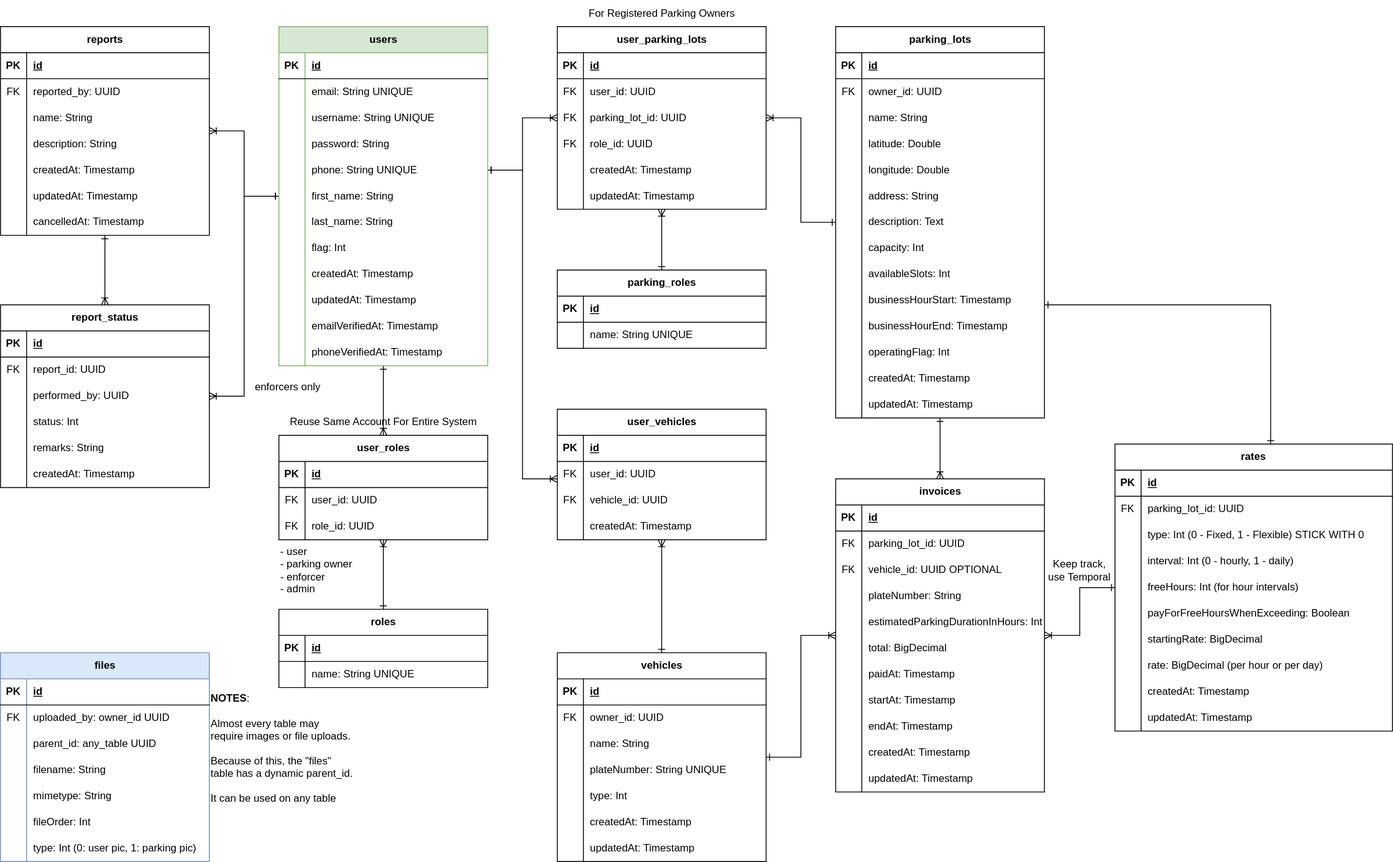
Earlier version of the draw.io export docs/erd.svg (chatchatabc/parking-backend-spring). Source tidied: cells renumbered, new cells last; positions are measured from the earlier drawing's top-left corner, leaving out a move shared by most shapes.
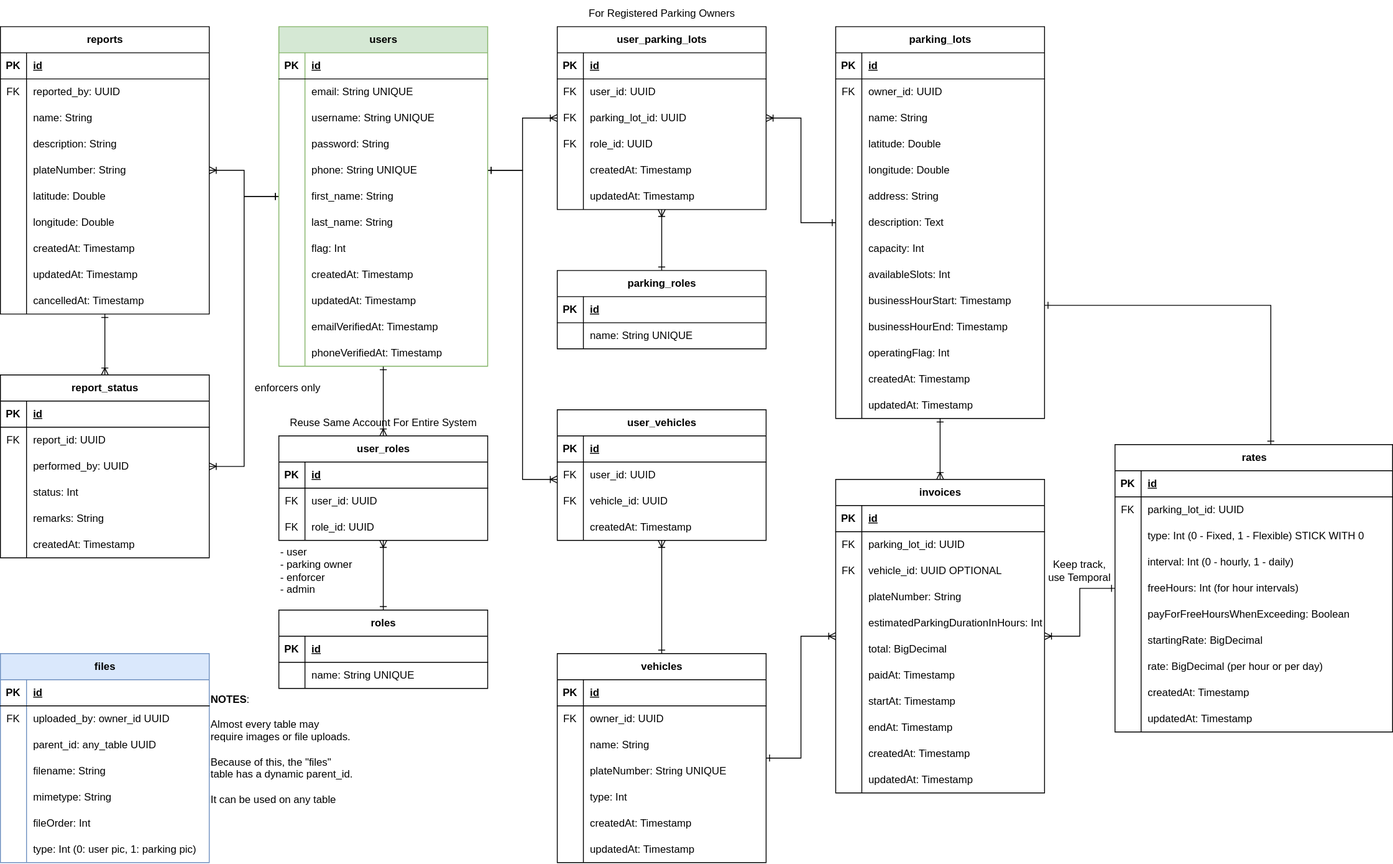
Later version of the same file.

Commit message:
docs: added more fields to Report

Diff of the diagram source:
```diff
@@ -270,7 +270,7 @@
       <mxGeometry relative="1" as="geometry" />
     </mxCell>
     <mxCell id="91" value="reports" style="shape=table;startSize=30;rowLines=0;fontStyle=1;align=center;html=1;" parent="1" vertex="1">
-      <mxGeometry y="30" width="240" height="240" as="geometry" />
+      <mxGeometry y="30" width="240" height="330" as="geometry" />
     </mxCell>
     <mxCell id="92" style="shape=tableRow;horizontal=0;startSize=0;swimlaneHead=0;swimlaneBody=0;fillColor=none;top=0;left=0;right=0;bottom=1;" parent="91" vertex="1">
       <mxGeometry y="30" width="240" height="30" as="geometry" />
@@ -299,17 +299,44 @@
     <mxCell id="100" value="name: String&amp;nbsp;" style="shape=partialRectangle;fillColor=none;top=0;left=0;bottom=0;right=0;align=left;spacingLeft=6;overflow=hidden;whiteSpace=wrap;html=1;" parent="98" vertex="1">
       <mxGeometry x="30" width="210" height="30" as="geometry" />
     </mxCell>
+    <mxCell id="308" style="shape=tableRow;horizontal=0;startSize=0;swimlaneHead=0;swimlaneBody=0;fillColor=none;top=0;left=0;right=0;bottom=0;" parent="91" vertex="1">
+      <mxGeometry y="120" width="240" height="30" as="geometry" />
+    </mxCell>
+    <mxCell id="309" style="shape=partialRectangle;fillColor=none;top=0;left=0;bottom=0;right=0;overflow=hidden;whiteSpace=wrap;html=1;" parent="308" vertex="1">
+      <mxGeometry width="30" height="30" as="geometry" />
+    </mxCell>
+    <mxCell id="310" value="description: String" style="shape=partialRectangle;fillColor=none;top=0;left=0;bottom=0;right=0;align=left;spacingLeft=6;overflow=hidden;whiteSpace=wrap;html=1;" parent="308" vertex="1">
+      <mxGeometry x="30" width="210" height="30" as="geometry" />
+    </mxCell>
     <mxCell id="101" style="shape=tableRow;horizontal=0;startSize=0;swimlaneHead=0;swimlaneBody=0;fillColor=none;top=0;left=0;right=0;bottom=0;" parent="91" vertex="1">
-      <mxGeometry y="120" width="240" height="30" as="geometry" />
+      <mxGeometry y="150" width="240" height="30" as="geometry" />
     </mxCell>
     <mxCell id="102" style="shape=partialRectangle;fillColor=none;top=0;left=0;bottom=0;right=0;overflow=hidden;whiteSpace=wrap;html=1;" parent="101" vertex="1">
       <mxGeometry width="30" height="30" as="geometry" />
     </mxCell>
-    <mxCell id="103" value="description: String" style="shape=partialRectangle;fillColor=none;top=0;left=0;bottom=0;right=0;align=left;spacingLeft=6;overflow=hidden;whiteSpace=wrap;html=1;" parent="101" vertex="1">
+    <mxCell id="103" value="plateNumber: String" style="shape=partialRectangle;fillColor=none;top=0;left=0;bottom=0;right=0;align=left;spacingLeft=6;overflow=hidden;whiteSpace=wrap;html=1;" parent="101" vertex="1">
       <mxGeometry x="30" width="210" height="30" as="geometry" />
     </mxCell>
+    <mxCell id="311" style="shape=tableRow;horizontal=0;startSize=0;swimlaneHead=0;swimlaneBody=0;fillColor=none;top=0;left=0;right=0;bottom=0;" parent="91" vertex="1">
+      <mxGeometry y="180" width="240" height="30" as="geometry" />
+    </mxCell>
+    <mxCell id="312" style="shape=partialRectangle;fillColor=none;top=0;left=0;bottom=0;right=0;overflow=hidden;whiteSpace=wrap;html=1;" parent="311" vertex="1">
+      <mxGeometry width="30" height="30" as="geometry" />
+    </mxCell>
+    <mxCell id="313" value="latitude: Double" style="shape=partialRectangle;fillColor=none;top=0;left=0;bottom=0;right=0;align=left;spacingLeft=6;overflow=hidden;whiteSpace=wrap;html=1;" parent="311" vertex="1">
+      <mxGeometry x="30" width="210" height="30" as="geometry" />
+    </mxCell>
+    <mxCell id="314" style="shape=tableRow;horizontal=0;startSize=0;swimlaneHead=0;swimlaneBody=0;fillColor=none;top=0;left=0;right=0;bottom=0;" parent="91" vertex="1">
+      <mxGeometry y="210" width="240" height="30" as="geometry" />
+    </mxCell>
+    <mxCell id="315" style="shape=partialRectangle;fillColor=none;top=0;left=0;bottom=0;right=0;overflow=hidden;whiteSpace=wrap;html=1;" parent="314" vertex="1">
+      <mxGeometry width="30" height="30" as="geometry" />
+    </mxCell>
+    <mxCell id="316" value="longitude: Double" style="shape=partialRectangle;fillColor=none;top=0;left=0;bottom=0;right=0;align=left;spacingLeft=6;overflow=hidden;whiteSpace=wrap;html=1;" parent="314" vertex="1">
+      <mxGeometry x="30" width="210" height="30" as="geometry" />
+    </mxCell>
     <mxCell id="104" style="shape=tableRow;horizontal=0;startSize=0;swimlaneHead=0;swimlaneBody=0;fillColor=none;top=0;left=0;right=0;bottom=0;" parent="91" vertex="1">
-      <mxGeometry y="150" width="240" height="30" as="geometry" />
+      <mxGeometry y="240" width="240" height="30" as="geometry" />
     </mxCell>
     <mxCell id="105" style="shape=partialRectangle;fillColor=none;top=0;left=0;bottom=0;right=0;overflow=hidden;whiteSpace=wrap;html=1;" parent="104" vertex="1">
       <mxGeometry width="30" height="30" as="geometry" />
@@ -318,7 +345,7 @@
       <mxGeometry x="30" width="210" height="30" as="geometry" />
     </mxCell>
     <mxCell id="107" style="shape=tableRow;horizontal=0;startSize=0;swimlaneHead=0;swimlaneBody=0;fillColor=none;top=0;left=0;right=0;bottom=0;" parent="91" vertex="1">
-      <mxGeometry y="180" width="240" height="30" as="geometry" />
+      <mxGeometry y="270" width="240" height="30" as="geometry" />
     </mxCell>
     <mxCell id="108" style="shape=partialRectangle;fillColor=none;top=0;left=0;bottom=0;right=0;overflow=hidden;whiteSpace=wrap;html=1;" parent="107" vertex="1">
       <mxGeometry width="30" height="30" as="geometry" />
@@ -327,7 +354,7 @@
       <mxGeometry x="30" width="210" height="30" as="geometry" />
     </mxCell>
     <mxCell id="110" style="shape=tableRow;horizontal=0;startSize=0;swimlaneHead=0;swimlaneBody=0;fillColor=none;top=0;left=0;right=0;bottom=0;" parent="91" vertex="1">
-      <mxGeometry y="210" width="240" height="30" as="geometry" />
+      <mxGeometry y="300" width="240" height="30" as="geometry" />
     </mxCell>
     <mxCell id="111" style="shape=partialRectangle;fillColor=none;top=0;left=0;bottom=0;right=0;overflow=hidden;whiteSpace=wrap;html=1;" parent="110" vertex="1">
       <mxGeometry width="30" height="30" as="geometry" />
@@ -353,7 +380,12 @@
       <mxGeometry relative="1" as="geometry" />
     </mxCell>
     <mxCell id="117" style="edgeStyle=orthogonalEdgeStyle;rounded=0;jettySize=auto;html=1;startArrow=ERone;startFill=0;endArrow=ERoneToMany;endFill=0;" parent="1" edge="1" source="118" target="278">
-      <mxGeometry relative="1" as="geometry" />
+      <mxGeometry relative="1" as="geometry">
+        <Array as="points">
+          <mxPoint x="280" y="225" />
+          <mxPoint x="280" y="535" />
+        </Array>
+      </mxGeometry>
     </mxCell>
     <mxCell id="118" value="users" style="shape=table;startSize=30;rowLines=0;fontStyle=1;align=center;html=1;fillColor=#d5e8d4;strokeColor=#82b366;" parent="1" vertex="1">
       <mxGeometry x="320" y="30" width="240" height="390" as="geometry" />
@@ -840,7 +872,7 @@
       <mxGeometry x="320" y="620" width="110" height="70" as="geometry" />
     </mxCell>
     <mxCell id="278" value="report_status" style="shape=table;startSize=30;rowLines=0;fontStyle=1;align=center;html=1;" parent="1" vertex="1">
-      <mxGeometry y="350" width="240" height="210" as="geometry" />
+      <mxGeometry y="430" width="240" height="210" as="geometry" />
     </mxCell>
     <mxCell id="279" style="shape=tableRow;horizontal=0;startSize=0;swimlaneHead=0;swimlaneBody=0;fillColor=none;top=0;left=0;right=0;bottom=1;" parent="278" vertex="1">
       <mxGeometry y="30" width="240" height="30" as="geometry" />
```
